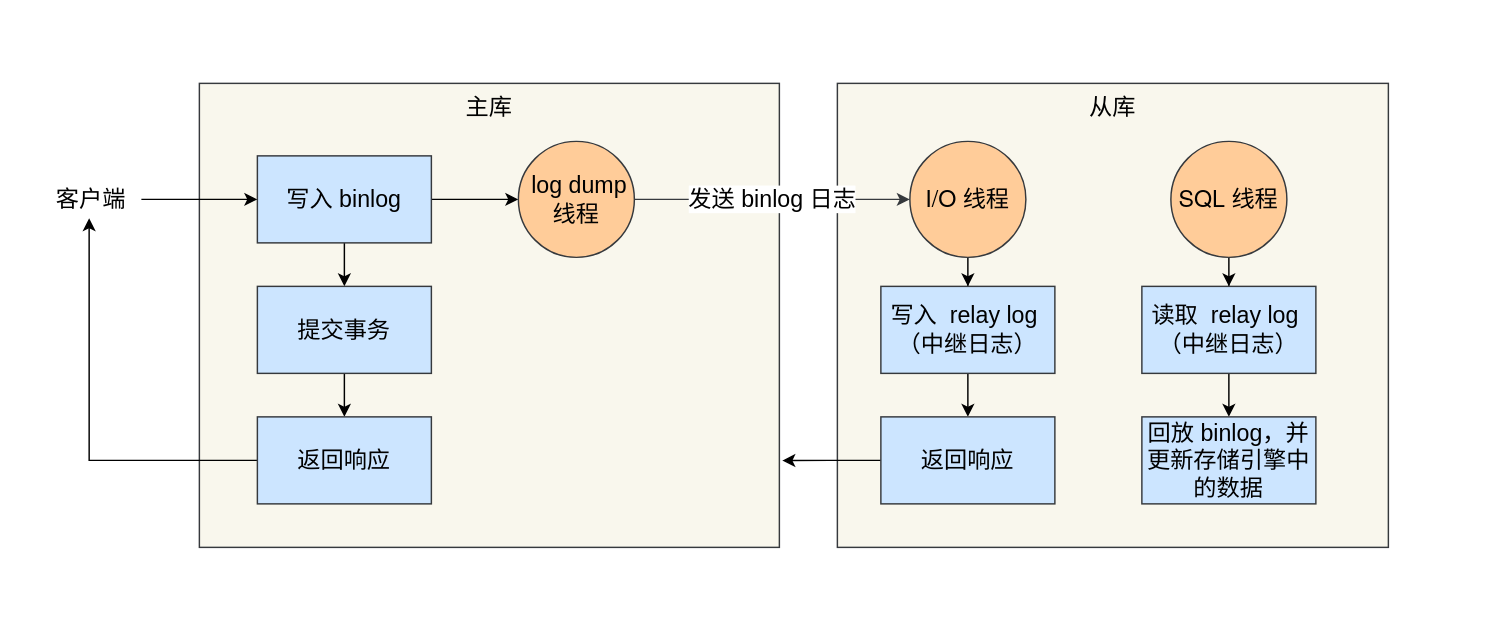
xiaolincoder/ImageHost4 keeps this draw.io diagram as mysql/日志/主从复制过程.drawio. Above is the earlier version. Source tidied: cells renumbered, new cells numbered last; positions are measured from the earlier drawing's top-left corner, leaving out a move shared by most shapes. Both pictures are drawn from the tidied source at 145%, with x=0, y=0 at pixel (46, 83).
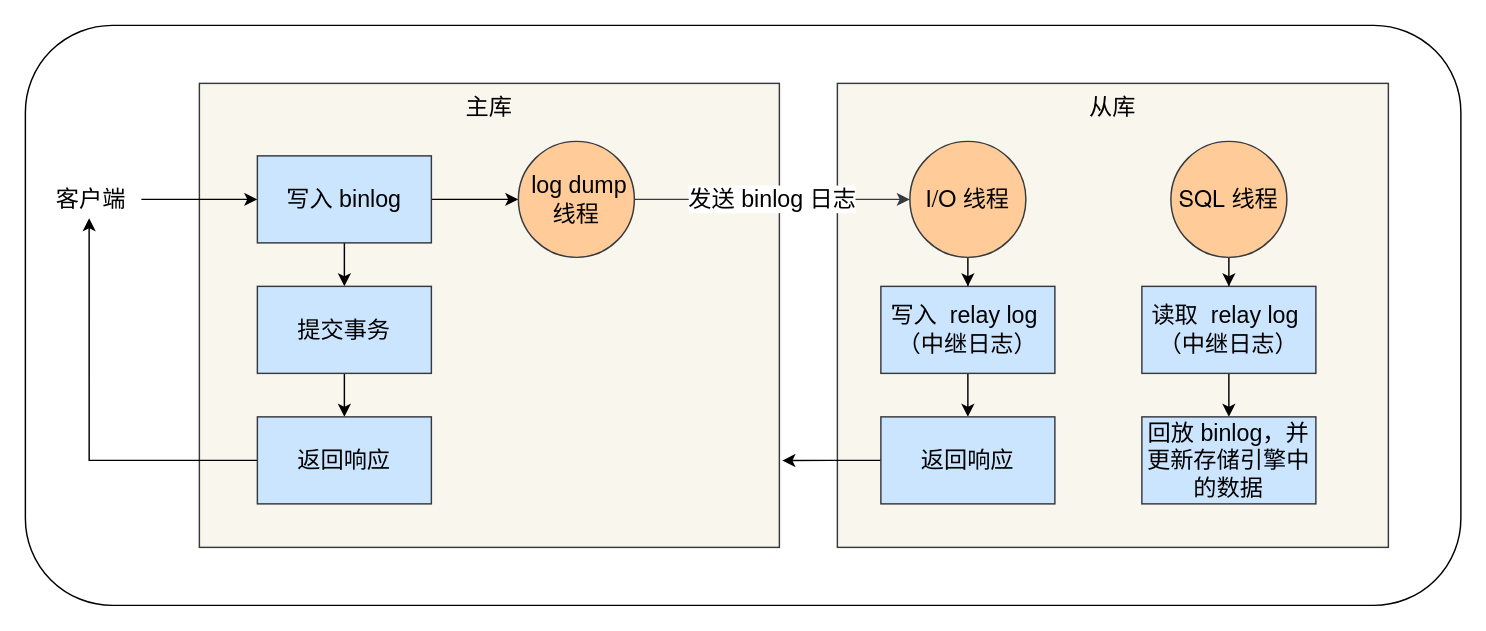
The same page after the edit.

Commit message (it also covers changes not shown here):
Update 主从复制过程.drawio

Change to the diagram source:
```diff
@@
+    <mxCell id="26" style="rounded=1;whiteSpace=wrap;html=1;labelBackgroundColor=none;fontSize=16;fontColor=#000000;" parent="1" vertex="1">
+      <mxGeometry x="-15" y="-40" width="990" height="400" as="geometry" />
+    </mxCell>
```
